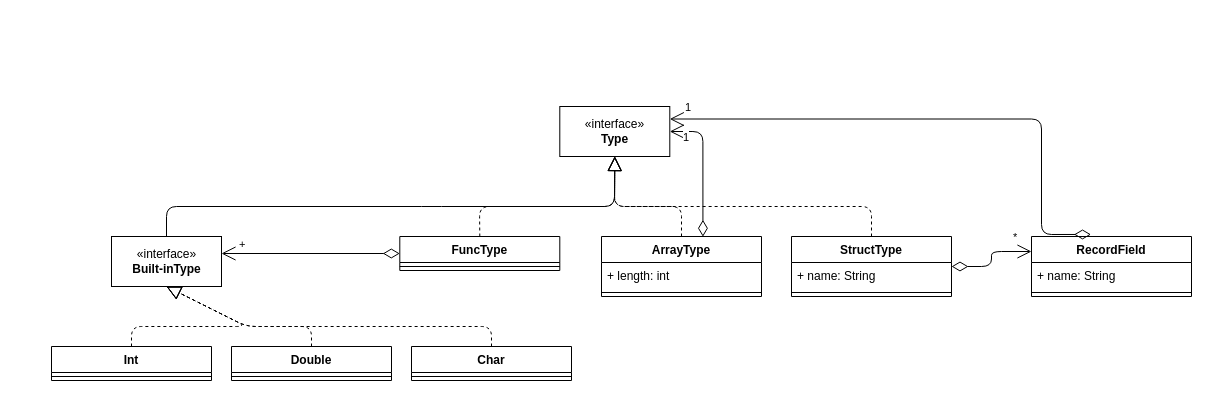
Above: page "Type" (5 of 6) of Lab1/ClassDiagram.drawio in themrcesi/C--Compiler (draw.io), before the change. Source tidied: cells renumbered, new cells numbered last; positions are measured from the earlier drawing's top-left corner, leaving out a move shared by most shapes. Both pictures are drawn from the tidied source at 100%, with x=0, y=0 at pixel (51, 106).
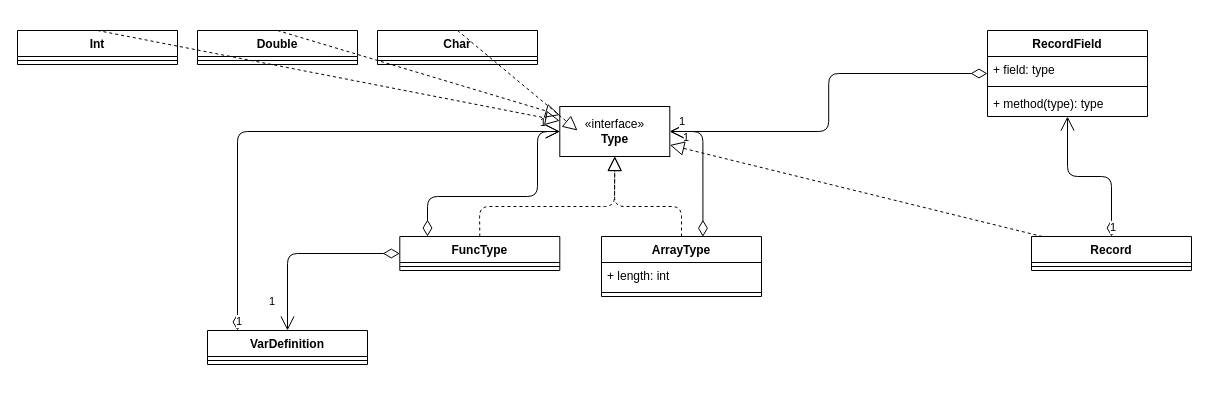
The same page after the edit.

Unchanged cells that the change refers to:
```xml
<mxCell id="2" value="«interface»&lt;br&gt;&lt;b&gt;Type&lt;/b&gt;" style="html=1;" parent="1" vertex="1">
  <mxGeometry x="508.3" width="110" height="50" as="geometry" />
</mxCell>
<mxCell id="10" value="FuncType" style="swimlane;fontStyle=1;align=center;verticalAlign=top;horizontal=1;startSize=26;" parent="1" vertex="1">
  <mxGeometry x="348.3" y="130" width="160" height="34" as="geometry" />
</mxCell>
```

The edit, as a diff of the source:
```diff
@@
-    <mxCell id="3" value="«interface»&lt;br&gt;&lt;b&gt;Built-inType&lt;/b&gt;" style="html=1;" parent="1" vertex="1">
-      <mxGeometry x="60" y="130" width="110" height="50" as="geometry" />
-    </mxCell>
     <mxCell id="4" value="Int" style="swimlane;fontStyle=1;align=center;verticalAlign=top;horizontal=1;startSize=26;" parent="1" vertex="1">
-      <mxGeometry y="240" width="160" height="34" as="geometry" />
+      <mxGeometry x="-34" y="-76" width="160" height="34" as="geometry" />
     </mxCell>
@@
     <mxCell id="6" value="Double" style="swimlane;fontStyle=1;align=center;verticalAlign=top;horizontal=1;startSize=26;" parent="1" vertex="1">
-      <mxGeometry x="180" y="240" width="160" height="34" as="geometry" />
+      <mxGeometry x="146" y="-76" width="160" height="34" as="geometry" />
     </mxCell>
@@
     <mxCell id="8" value="Char" style="swimlane;fontStyle=1;align=center;verticalAlign=top;horizontal=1;startSize=26;" parent="1" vertex="1">
-      <mxGeometry x="360" y="240" width="160" height="34" as="geometry" />
+      <mxGeometry x="326" y="-76" width="160" height="34" as="geometry" />
     </mxCell>
@@
-    <mxCell id="12" value="+" style="endArrow=open;html=1;endSize=12;startArrow=diamondThin;startSize=14;startFill=0;edgeStyle=orthogonalEdgeStyle;align=left;verticalAlign=bottom;strokeWidth=1;" parent="1" edge="1" source="10" target="3">
+    <mxCell id="12" value="1" style="endArrow=open;html=1;endSize=12;startArrow=diamondThin;startSize=14;startFill=0;edgeStyle=orthogonalEdgeStyle;align=left;verticalAlign=bottom;strokeWidth=1;" parent="1" edge="1" source="10" target="2">
       <mxGeometry x="0.82" relative="1" as="geometry">
         <Array as="points">
-          <mxPoint x="370" y="142" />
-          <mxPoint x="370" y="146" />
+          <mxPoint x="376" y="90" />
+          <mxPoint x="486" y="90" />
+          <mxPoint x="486" y="25" />
         </Array>
       </mxGeometry>
     </mxCell>
-    <mxCell id="13" style="endArrow=block;endFill=0;endSize=12;html=1;strokeWidth=1;entryX=0.5;entryY=1;entryDx=0;entryDy=0;exitX=0.5;exitY=0;exitDx=0;exitDy=0;" parent="1" edge="1" source="3" target="2">
-      <mxGeometry relative="1" as="geometry">
-        <Array as="points">
-          <mxPoint x="115" y="100" />
-          <mxPoint x="380" y="100" />
-          <mxPoint x="563" y="100" />
-        </Array>
-      </mxGeometry>
-    </mxCell>
@@
-    <mxCell id="15" style="endArrow=block;dashed=1;endFill=0;endSize=12;html=1;strokeWidth=1;entryX=0.5;entryY=1;entryDx=0;entryDy=0;exitX=0.5;exitY=0;exitDx=0;exitDy=0;" parent="1" edge="1" source="4" target="3">
-      <mxGeometry relative="1" as="geometry">
-        <Array as="points">
-          <mxPoint x="80" y="220" />
-          <mxPoint x="195" y="220" />
-        </Array>
-      </mxGeometry>
+    <mxCell id="15" style="endArrow=block;dashed=1;endFill=0;endSize=12;html=1;strokeWidth=1;exitX=0.5;exitY=0;exitDx=0;exitDy=0;" parent="1" edge="1" source="4" target="2">
+      <mxGeometry relative="1" as="geometry" />
     </mxCell>
-    <mxCell id="16" style="endArrow=block;dashed=1;endFill=0;endSize=12;html=1;strokeWidth=1;entryX=0.5;entryY=1;entryDx=0;entryDy=0;exitX=0.5;exitY=0;exitDx=0;exitDy=0;" parent="1" edge="1" source="6" target="3">
-      <mxGeometry relative="1" as="geometry">
-        <Array as="points">
-          <mxPoint x="260" y="220" />
-          <mxPoint x="195" y="220" />
-        </Array>
-      </mxGeometry>
+    <mxCell id="16" style="endArrow=block;dashed=1;endFill=0;endSize=12;html=1;strokeWidth=1;exitX=0.5;exitY=0;exitDx=0;exitDy=0;" parent="1" edge="1" source="6" target="2">
+      <mxGeometry relative="1" as="geometry" />
     </mxCell>
-    <mxCell id="17" style="endArrow=block;dashed=1;endFill=0;endSize=12;html=1;strokeWidth=1;exitX=0.5;exitY=0;exitDx=0;exitDy=0;entryX=0.5;entryY=1;entryDx=0;entryDy=0;" parent="1" edge="1" source="8" target="3">
-      <mxGeometry relative="1" as="geometry">
-        <Array as="points">
-          <mxPoint x="440" y="220" />
-          <mxPoint x="195" y="220" />
-        </Array>
-      </mxGeometry>
+    <mxCell id="17" style="endArrow=block;dashed=1;endFill=0;endSize=12;html=1;strokeWidth=1;exitX=0.5;exitY=0;exitDx=0;exitDy=0;entryX=0.161;entryY=0.48;entryDx=0;entryDy=0;entryPerimeter=0;" parent="1" edge="1" source="8" target="2">
+      <mxGeometry relative="1" as="geometry" />
     </mxCell>
@@
-    <mxCell id="23" value="StructType" style="swimlane;fontStyle=1;align=center;verticalAlign=top;horizontal=1;startSize=26;" parent="1" vertex="1">
-      <mxGeometry x="740" y="130" width="160" height="60" as="geometry" />
-    </mxCell>
-    <mxCell id="24" value="+ name: String" style="text;strokeColor=none;fillColor=none;align=left;verticalAlign=top;spacingLeft=4;spacingRight=4;overflow=hidden;" parent="23" vertex="1">
-      <mxGeometry y="26" width="160" height="26" as="geometry" />
-    </mxCell>
+    <mxCell id="27" value="Record" style="swimlane;fontStyle=1;align=center;verticalAlign=top;horizontal=1;startSize=26;" parent="1" vertex="1">
+      <mxGeometry x="980" y="130" width="160" height="34" as="geometry" />
+    </mxCell>
+    <mxCell id="29" style="line;strokeWidth=1;fillColor=none;align=left;verticalAlign=middle;spacingTop=-1;spacingLeft=3;spacingRight=3;labelPosition=right;" parent="27" vertex="1">
+      <mxGeometry y="26" width="160" height="8" as="geometry" />
+    </mxCell>
+    <mxCell id="32" value="VarDefinition" style="swimlane;fontStyle=1;align=center;verticalAlign=top;horizontal=1;startSize=26;" parent="1" vertex="1">
+      <mxGeometry x="156" y="224" width="160" height="34" as="geometry" />
+    </mxCell>
+    <mxCell id="33" style="line;strokeWidth=1;fillColor=none;align=left;verticalAlign=middle;spacingTop=-1;spacingLeft=3;spacingRight=3;labelPosition=right;" parent="32" vertex="1">
+      <mxGeometry y="26" width="160" height="8" as="geometry" />
+    </mxCell>
+    <mxCell id="34" value="1" style="endArrow=open;html=1;endSize=12;startArrow=diamondThin;startSize=14;startFill=0;edgeStyle=orthogonalEdgeStyle;align=left;verticalAlign=bottom;" parent="1" edge="1" source="10" target="32">
+      <mxGeometry x="0.79" y="-20" relative="1" as="geometry" />
+    </mxCell>
+    <mxCell id="35" value="1" style="endArrow=open;html=1;endSize=12;startArrow=diamondThin;startSize=14;startFill=0;edgeStyle=orthogonalEdgeStyle;align=left;verticalAlign=bottom;" parent="1" edge="1" source="32" target="2">
+      <mxGeometry x="-1" y="3" relative="1" as="geometry">
+        <Array as="points">
+          <mxPoint x="186" y="25" />
+        </Array>
+      </mxGeometry>
+    </mxCell>
+    <mxCell id="30" style="endArrow=block;dashed=1;endFill=0;endSize=12;html=1;" parent="1" edge="1" source="27" target="2">
+      <mxGeometry relative="1" as="geometry" />
+    </mxCell>
+    <mxCell id="36" value="RecordField" style="swimlane;fontStyle=1;align=center;verticalAlign=top;horizontal=1;startSize=26;" parent="1" vertex="1">
+      <mxGeometry x="936" y="-76" width="160" height="86" as="geometry" />
+    </mxCell>
+    <mxCell id="37" value="+ field: type" style="text;strokeColor=none;fillColor=none;align=left;verticalAlign=top;spacingLeft=4;spacingRight=4;overflow=hidden;" parent="36" vertex="1">
+      <mxGeometry y="26" width="160" height="26" as="geometry" />
+    </mxCell>
-    <mxCell id="25" style="line;strokeWidth=1;fillColor=none;align=left;verticalAlign=middle;spacingTop=-1;spacingLeft=3;spacingRight=3;labelPosition=right;" parent="23" vertex="1">
+    <mxCell id="25" style="line;strokeWidth=1;fillColor=none;align=left;verticalAlign=middle;spacingTop=-1;spacingLeft=3;spacingRight=3;labelPosition=right;" parent="36" vertex="1">
       <mxGeometry y="52" width="160" height="8" as="geometry" />
     </mxCell>
-    <mxCell id="26" style="endArrow=block;dashed=1;endFill=0;endSize=12;html=1;strokeWidth=1;exitX=0.5;exitY=0;exitDx=0;exitDy=0;entryX=0.5;entryY=1;entryDx=0;entryDy=0;" parent="1" edge="1" source="23" target="2">
-      <mxGeometry relative="1" as="geometry">
-        <Array as="points">
-          <mxPoint x="820" y="100" />
-          <mxPoint x="563" y="100" />
-        </Array>
-      </mxGeometry>
-    </mxCell>
-    <mxCell id="27" value="RecordField" style="swimlane;fontStyle=1;align=center;verticalAlign=top;horizontal=1;startSize=26;" parent="1" vertex="1">
-      <mxGeometry x="980" y="130" width="160" height="60" as="geometry" />
-    </mxCell>
-    <mxCell id="28" value="+ name: String" style="text;strokeColor=none;fillColor=none;align=left;verticalAlign=top;spacingLeft=4;spacingRight=4;overflow=hidden;" parent="27" vertex="1">
-      <mxGeometry y="26" width="160" height="26" as="geometry" />
-    </mxCell>
-    <mxCell id="29" style="line;strokeWidth=1;fillColor=none;align=left;verticalAlign=middle;spacingTop=-1;spacingLeft=3;spacingRight=3;labelPosition=right;" parent="27" vertex="1">
-      <mxGeometry y="52" width="160" height="8" as="geometry" />
-    </mxCell>
-    <mxCell id="30" value="1" style="endArrow=open;html=1;endSize=12;startArrow=diamondThin;startSize=14;startFill=0;edgeStyle=orthogonalEdgeStyle;align=left;verticalAlign=bottom;strokeWidth=1;exitX=0.372;exitY=-0.034;exitDx=0;exitDy=0;exitPerimeter=0;entryX=1;entryY=0.25;entryDx=0;entryDy=0;" parent="1" edge="1" source="27" target="2">
-      <mxGeometry x="0.95" y="-3" relative="1" as="geometry">
-        <Array as="points">
-          <mxPoint x="990" y="13" />
-        </Array>
-      </mxGeometry>
-    </mxCell>
-    <mxCell id="31" value="*" style="endArrow=open;html=1;endSize=12;startArrow=diamondThin;startSize=14;startFill=0;edgeStyle=orthogonalEdgeStyle;align=left;verticalAlign=bottom;strokeWidth=1;entryX=0;entryY=0.25;entryDx=0;entryDy=0;" parent="1" edge="1" source="23" target="27">
-      <mxGeometry x="0.58" y="5" relative="1" as="geometry" />
-    </mxCell>
+    <mxCell id="38" value="+ method(type): type" style="text;strokeColor=none;fillColor=none;align=left;verticalAlign=top;spacingLeft=4;spacingRight=4;overflow=hidden;" parent="36" vertex="1">
+      <mxGeometry y="60" width="160" height="26" as="geometry" />
+    </mxCell>
+    <mxCell id="39" value="1" style="endArrow=open;html=1;endSize=12;startArrow=diamondThin;startSize=14;startFill=0;edgeStyle=orthogonalEdgeStyle;align=left;verticalAlign=bottom;" parent="1" edge="1" source="27" target="36">
+      <mxGeometry x="-1" y="3" relative="1" as="geometry" />
+    </mxCell>
+    <mxCell id="40" value="1" style="endArrow=open;html=1;endSize=12;startArrow=diamondThin;startSize=14;startFill=0;edgeStyle=orthogonalEdgeStyle;align=left;verticalAlign=bottom;" parent="1" edge="1" source="36" target="2">
+      <mxGeometry x="0.96" y="-1" relative="1" as="geometry" />
+    </mxCell>
```
